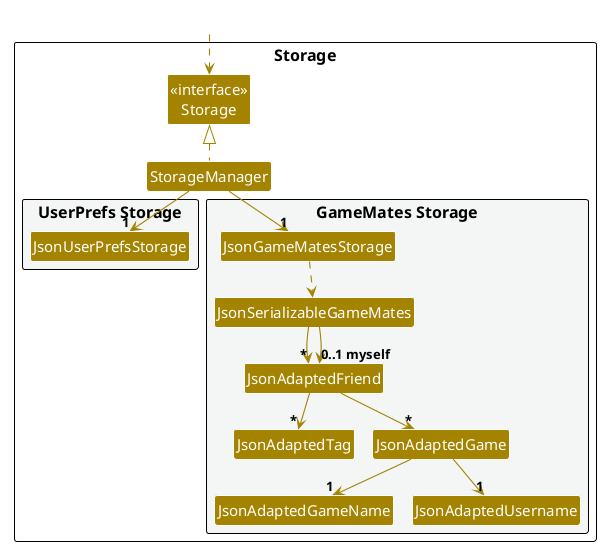
Above: images/StorageClassDiagram.png in AY2627S1-CS2103T-W14-3/tp (PlantUML), before the change.
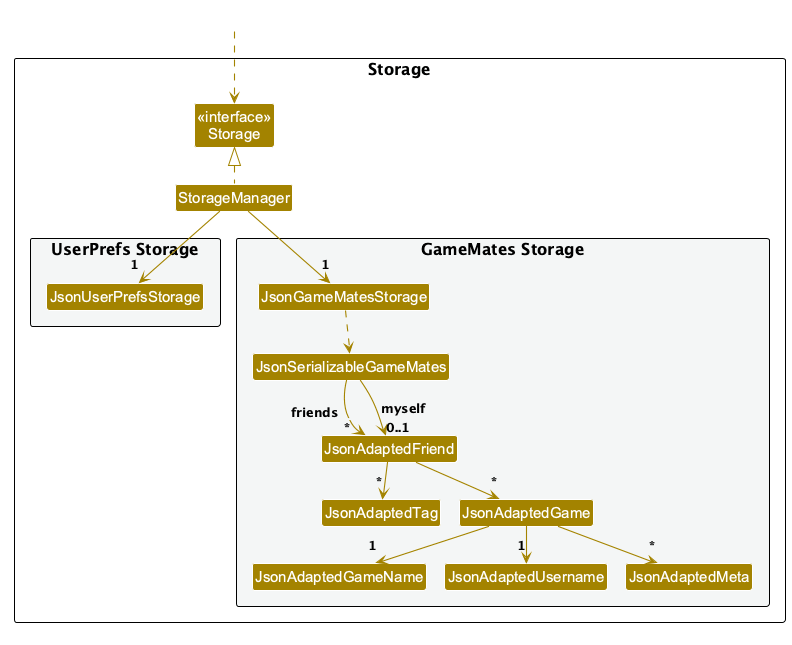
The same diagram one commit later.

Change to the diagram source:
```diff
@@ -22,6 +22,7 @@
 Class JsonAdaptedGame
 Class JsonAdaptedGameName
 Class JsonAdaptedUsername
+Class JsonAdaptedMeta
 }
 
 }
@@ -30,15 +31,16 @@
 HiddenOutside ..> Storage
 
 StorageManager .up.|> Storage
-StorageManager -down-> "1" JsonUserPrefsStorage
-StorageManager -down-> "1" JsonGameMatesStorage
+StorageManager -down-> "1\n<size:6> </size>" JsonUserPrefsStorage
+StorageManager -down-> "1\n<size:6> </size>" JsonGameMatesStorage
 
 JsonGameMatesStorage ..> JsonSerializableGameMates
-JsonSerializableGameMates --> "*" JsonAdaptedFriend
-JsonSerializableGameMates --> "0..1 myself" JsonAdaptedFriend
-JsonAdaptedFriend --> "*" JsonAdaptedTag
-JsonAdaptedFriend --> "*" JsonAdaptedGame
-JsonAdaptedGame --> "1" JsonAdaptedGameName
-JsonAdaptedGame --> "1" JsonAdaptedUsername
+JsonSerializableGameMates --> "friends<color:#F4F6F6>________________</color>\n<color:#F4F6F6>__________________________</color>*" JsonAdaptedFriend : <color:#F4F6F6>___</color>
+JsonSerializableGameMates --> "0..1" JsonAdaptedFriend : myself
+JsonAdaptedFriend --> "*\n<size:6> </size>" JsonAdaptedTag
+JsonAdaptedFriend --> "*\n<size:6> </size>" JsonAdaptedGame
+JsonAdaptedGame --> "1\n<size:6> </size>" JsonAdaptedGameName
+JsonAdaptedGame --> "1\n<size:6> </size>" JsonAdaptedUsername
+JsonAdaptedGame --> "*\n<size:6> </size>" JsonAdaptedMeta
 
 @enduml
```
